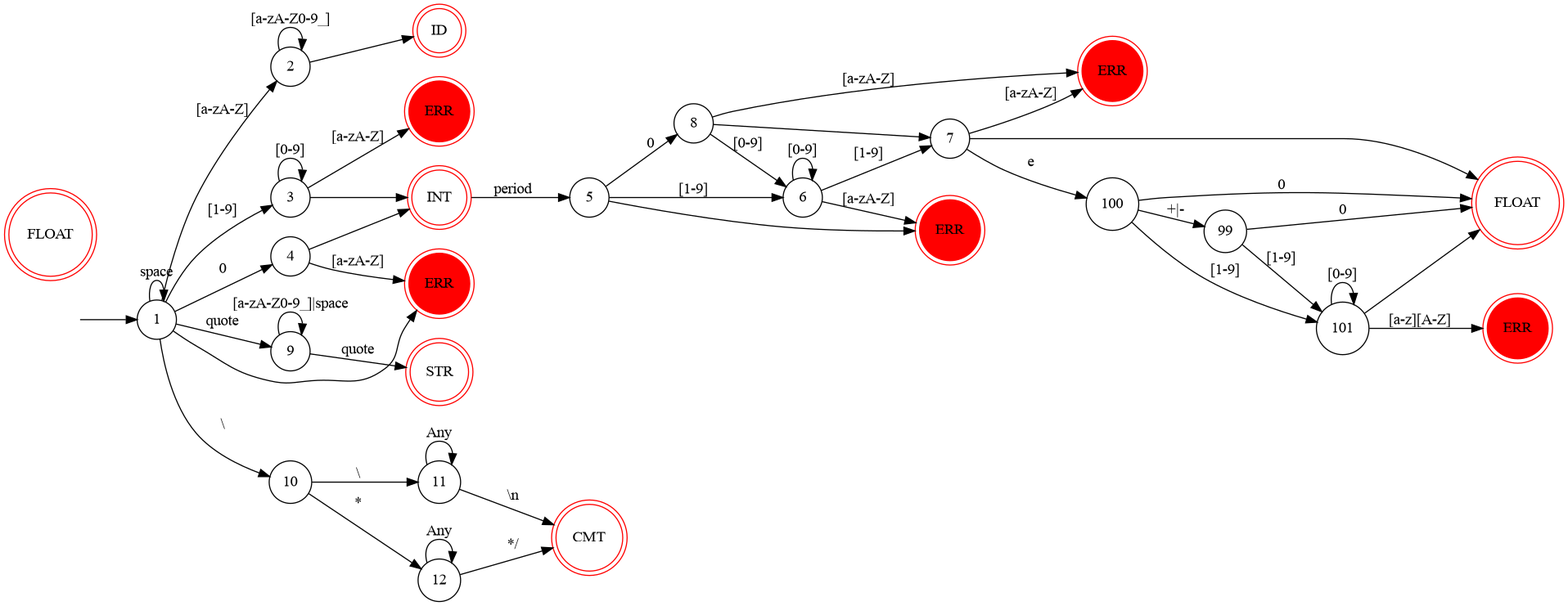
Before: resources/diagrams/dfa_main.png, a diagram exported from Graphviz (Wmbat/toy_compiler). Its source is kept beside it as resources/diagrams/dfa_main.dot. The source it was exported from:
```dot
digraph dfa {
  graph [rankdir="LR"]

  "" [shape=none]
  "1" [shape=circle]
  "2" [shape=circle]
  "3" [shape=circle]
  "4" [shape=circle]
  "5" [shape=circle]
  "6" [shape=circle]
  "7" [shape=circle]
  "8" [shape=circle]
  "9" [shape=circle]
  "10" [shape=circle]
  "11" [shape=circle]
  "12" [shape=circle]
  "99" [shape=circle]
  "100" [shape=circle]
  "101" [shape=circle]

  "30" [shape=doublecircle, label="ID", color=red]
  "31" [shape=doublecircle, label="INT", color=red]
  "32" [shape=doublecircle, label="CMT", color=red]
  "33" [shape=doublecircle, label="FLOAT", color=red]
  "34" [shape=doublecircle, label="FLOAT", color=red]
  "35" [shape=doublecircle, label="STR", color=red]

  "40" [shape=doublecircle, label="ERR", color=red, style=filled]
  "41" [shape=doublecircle, label="ERR", color=red, style=filled]
  "42" [shape=doublecircle, label="ERR", color=red, style=filled]
  "43" [shape=doublecircle, label="ERR", color=red, style=filled]
  "44" [shape=doublecircle, label="ERR", color=red, style=filled]

  "" -> "1"
  "1" -> "1" [label="space"]
  "1" -> "40"

  "1" -> "2" [label="[a-zA-Z]"]
  "2" -> "2" [label="[a-zA-Z0-9_]"]
  "2" -> "30"

  "1" -> "3" [label="[1-9]"]
  "3" -> "3" [label="[0-9]"]
  "3" -> "42" [label="[a-zA-Z]"]
  "3" -> "31"

  "1" -> "4" [label="0"]
  "4" -> "40" [label="[a-zA-Z]"]
  "4" -> "31"

  "31" -> "5" [label="period"]
  "5" -> "6" [label="[1-9]"]
  "5" -> "43"
  "6" -> "6" [label="[0-9]"]
  "6" -> "7" [label="[1-9]"]
  "7" -> "34"
  "7" -> "44" [label="[a-zA-Z]"]
  "6" -> "43" [label="[a-zA-Z]"]
  "5" -> "8" [label="0"]
  "8" -> "6" [label="[0-9]"]
  "8" -> "7"
  "8" -> "44" [label="[a-zA-Z]"]

  "7" -> "100" [label="e"]
  "100" -> "101" [label="[1-9]"]
  "100" -> "34" [label="0"]

   "100" -> "99" [label="+|-"]
   "99" -> "34" [label="0"]
   "99" -> "101" [label="[1-9]"]

  "101" -> "101" [label="[0-9]"]
  "101" -> "34"
  "101" -> "41" [label="[a-z][A-Z]"]

  "1" -> "9" [label="quote"]
  "9" -> "9" [label="[a-zA-Z0-9_]|space"]
  "9" -> "35" [label="quote"]

  "1" -> "10" [label="\\"]
  "10" -> "11" [label="\\"]
  "11" -> "11" [label="Any"]
  "11" -> "32" [label="\\n"]

  "10" -> "12" [label="*"]
  "12" -> "12" [label="Any"]
  "12" -> "32" [label="*/"]
}
```
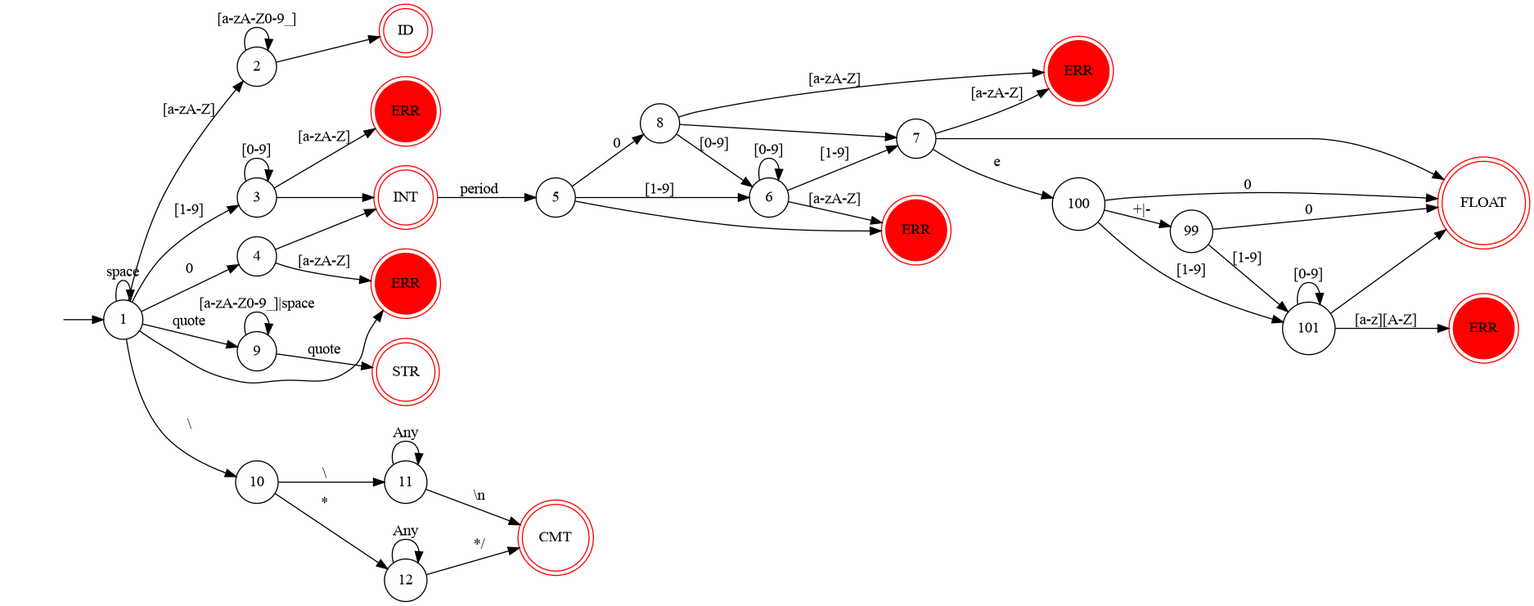
After the commit.

Change to the diagram source:
```diff
@@ -21,7 +21,6 @@
   "30" [shape=doublecircle, label="ID", color=red]
   "31" [shape=doublecircle, label="INT", color=red]
   "32" [shape=doublecircle, label="CMT", color=red]
-  "33" [shape=doublecircle, label="FLOAT", color=red]
   "34" [shape=doublecircle, label="FLOAT", color=red]
   "35" [shape=doublecircle, label="STR", color=red]
 
```
